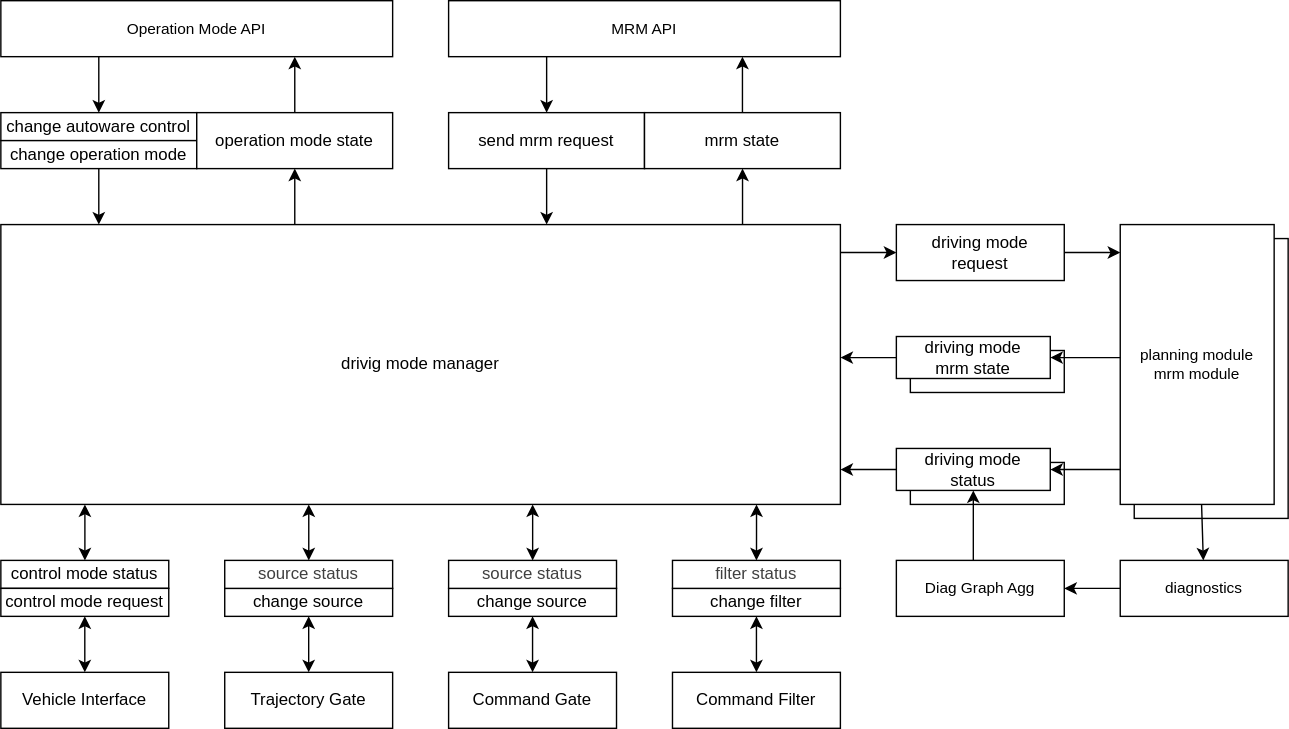
This is system/autoware_driving_mode_manager/doc/data-flow-external.drawio.svg from autowarefoundation/autoware_universe, a draw.io export, as it was before one commit. Source tidied: cells renumbered, new cells last; positions are measured from the earlier drawing's top-left corner, leaving out a move shared by most shapes.
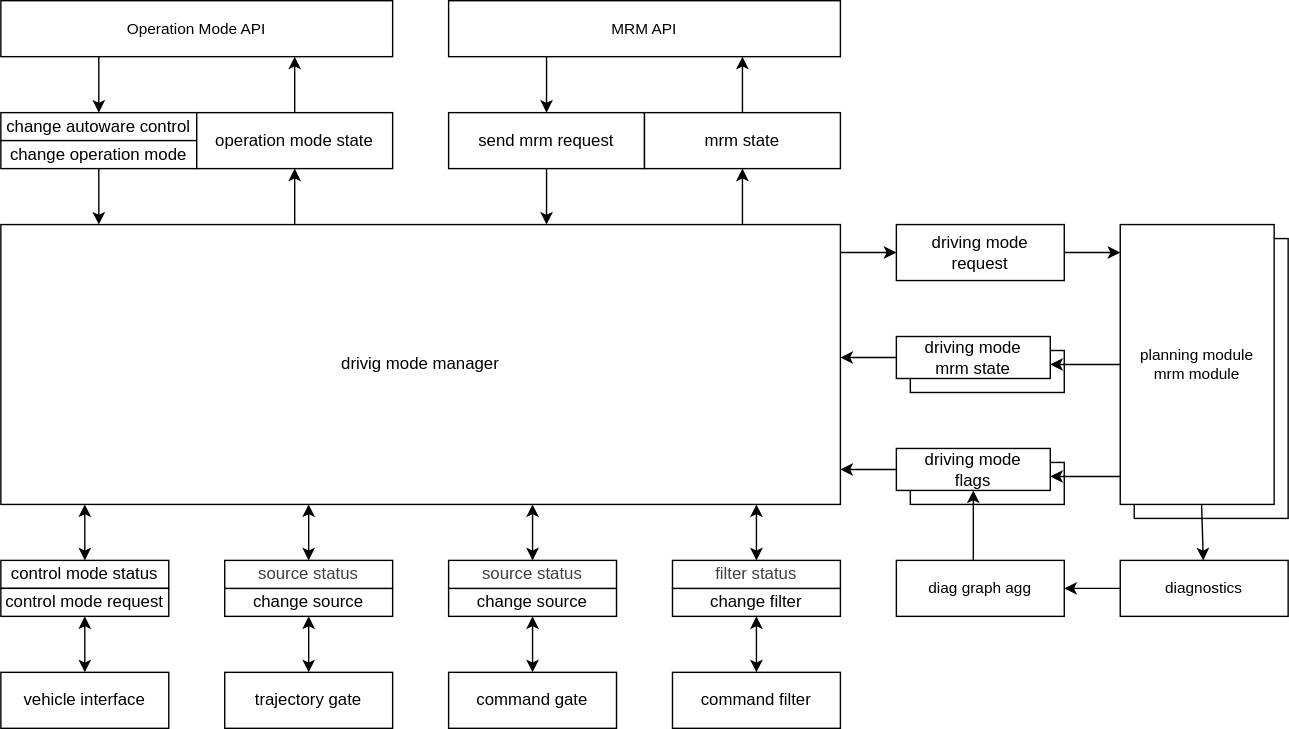
The same file after the commit.

Diff of the diagram source:
```diff
@@ -61,16 +61,16 @@
     <mxCell id="9" value="drivig mode manager" style="rounded=0;whiteSpace=wrap;html=1;" parent="1" vertex="1">
       <mxGeometry y="160" width="600" height="200" as="geometry" />
     </mxCell>
-    <mxCell id="10" value="Trajectory Gate" style="rounded=0;whiteSpace=wrap;html=1;" parent="1" vertex="1">
+    <mxCell id="10" value="&lt;span style=&quot;color: rgb(0, 0, 0);&quot;&gt;trajectory gate&lt;/span&gt;" style="rounded=0;whiteSpace=wrap;html=1;" parent="1" vertex="1">
       <mxGeometry x="160" y="480" width="120" height="40" as="geometry" />
     </mxCell>
-    <mxCell id="11" value="Command Gate" style="rounded=0;whiteSpace=wrap;html=1;" parent="1" vertex="1">
+    <mxCell id="11" value="&lt;span style=&quot;color: rgb(0, 0, 0);&quot;&gt;command gate&lt;/span&gt;" style="rounded=0;whiteSpace=wrap;html=1;" parent="1" vertex="1">
       <mxGeometry x="320" y="480" width="120" height="40" as="geometry" />
     </mxCell>
-    <mxCell id="12" value="Command Filter" style="rounded=0;whiteSpace=wrap;html=1;" parent="1" vertex="1">
+    <mxCell id="12" value="&lt;span style=&quot;color: rgb(0, 0, 0);&quot;&gt;command filter&lt;/span&gt;" style="rounded=0;whiteSpace=wrap;html=1;" parent="1" vertex="1">
       <mxGeometry x="480" y="480" width="120" height="40" as="geometry" />
     </mxCell>
-    <mxCell id="13" value="Diag Graph Agg" style="rounded=0;whiteSpace=wrap;html=1;fontFamily=Helvetica;fontSize=11;fontColor=default;labelBackgroundColor=default;" parent="1" vertex="1">
+    <mxCell id="13" value="diag graph agg" style="rounded=0;whiteSpace=wrap;html=1;fontFamily=Helvetica;fontSize=11;fontColor=default;labelBackgroundColor=default;" parent="1" vertex="1">
       <mxGeometry x="640" y="400" width="120" height="40" as="geometry" />
     </mxCell>
     <mxCell id="14" style="edgeStyle=orthogonalEdgeStyle;html=1;" parent="1" edge="1" source="15" target="23">
@@ -84,7 +84,7 @@
     <mxCell id="15" value="driving mode&lt;div&gt;request&lt;/div&gt;" style="rounded=0;whiteSpace=wrap;html=1;" parent="1" vertex="1">
       <mxGeometry x="640" y="160" width="120" height="40" as="geometry" />
     </mxCell>
-    <mxCell id="16" value="Vehicle Interface" style="rounded=0;whiteSpace=wrap;html=1;" parent="1" vertex="1">
+    <mxCell id="16" value="vehicle interface" style="rounded=0;whiteSpace=wrap;html=1;" parent="1" vertex="1">
       <mxGeometry y="480" width="120" height="40" as="geometry" />
     </mxCell>
     <mxCell id="17" style="edgeStyle=orthogonalEdgeStyle;html=1;entryX=0.5;entryY=0;entryDx=0;entryDy=0;exitX=0.25;exitY=1;exitDx=0;exitDy=0;" parent="1" edge="1" source="18" target="45">
@@ -124,7 +124,7 @@
         </Array>
       </mxGeometry>
     </mxCell>
-    <mxCell id="26" value="driving mode&lt;div&gt;status&lt;/div&gt;" style="rounded=0;whiteSpace=wrap;html=1;" parent="1" vertex="1">
+    <mxCell id="26" value="driving mode&lt;div&gt;flags&lt;/div&gt;" style="rounded=0;whiteSpace=wrap;html=1;" parent="1" vertex="1">
       <mxGeometry x="640" y="320" width="110" height="30" as="geometry" />
     </mxCell>
     <mxCell id="27" style="group;" parent="1" vertex="1">
@@ -236,16 +236,16 @@
     <mxCell id="54" style="edgeStyle=orthogonalEdgeStyle;html=1;" parent="1" edge="1" source="23" target="29">
       <mxGeometry relative="1" as="geometry">
         <Array as="points">
-          <mxPoint x="790" y="255" />
-          <mxPoint x="790" y="255" />
+          <mxPoint x="780" y="260" />
+          <mxPoint x="780" y="260" />
         </Array>
       </mxGeometry>
     </mxCell>
     <mxCell id="55" style="edgeStyle=orthogonalEdgeStyle;html=1;" parent="1" edge="1" source="23" target="26">
       <mxGeometry relative="1" as="geometry">
         <Array as="points">
-          <mxPoint x="790" y="335" />
-          <mxPoint x="790" y="335" />
+          <mxPoint x="780" y="340" />
+          <mxPoint x="780" y="340" />
         </Array>
       </mxGeometry>
     </mxCell>
```
